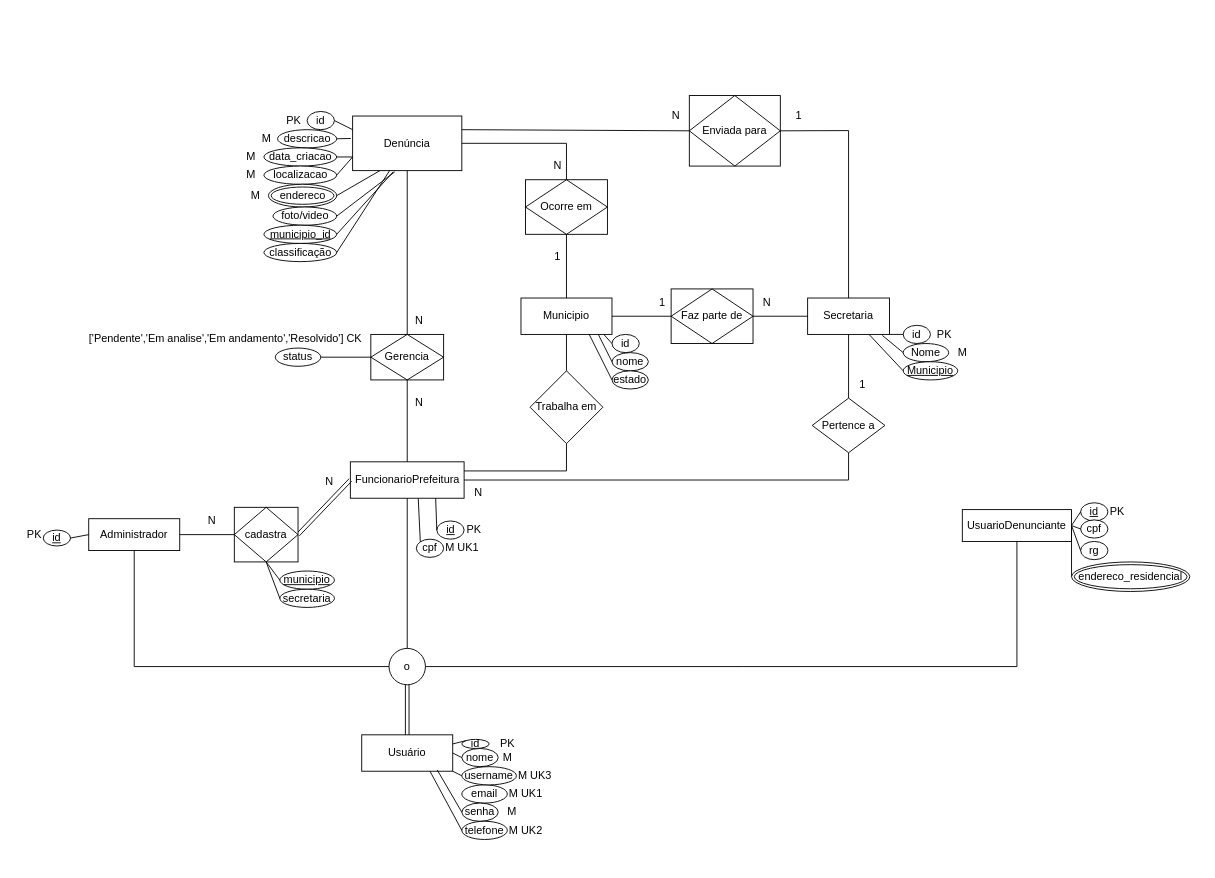
Earlier version of the draw.io diagram FalaCidade.drawio (RRomano00/Fala-Cidade). Source tidied: cells renumbered, new cells numbered last; positions are measured from the earlier drawing's top-left corner, leaving out a move shared by most shapes. Both pictures are drawn from the tidied source at 91%, with x=0, y=0 at pixel (15, 96).
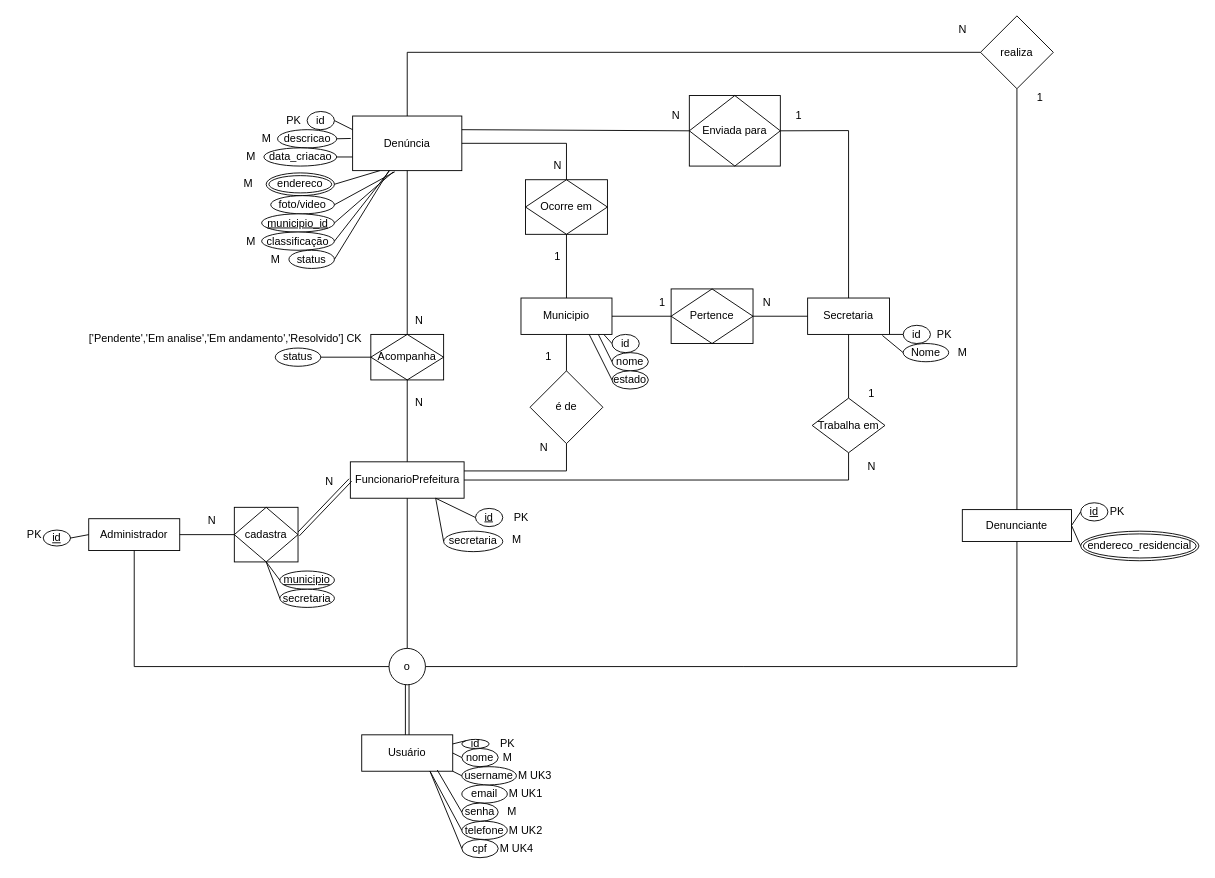
The same diagram, later.

Commit message:
pequenas correções de atributos e relacionamentos

The change refers to these unchanged cells:
```xml
<mxCell id="2" value="Usuário" style="whiteSpace=wrap;html=1;align=center;" parent="1" vertex="1">
  <mxGeometry x="380" y="702" width="100" height="40" as="geometry" />
</mxCell>
<mxCell id="17" value="o" style="ellipse;whiteSpace=wrap;html=1;align=center;" parent="1" vertex="1">
  <mxGeometry x="410" y="607" width="40" height="40" as="geometry" />
</mxCell>
<mxCell id="18" style="shape=link;html=1;rounded=0;exitX=0.5;exitY=0;exitDx=0;exitDy=0;entryX=0.5;entryY=1;entryDx=0;entryDy=0;" parent="1" edge="1" source="2" target="17">
  <mxGeometry relative="1" as="geometry" />
</mxCell>
<mxCell id="28" value="FuncionarioPrefeitura" style="whiteSpace=wrap;html=1;" parent="1" vertex="1">
  <mxGeometry x="367.5" y="402" width="125" height="40" as="geometry" />
</mxCell>
<mxCell id="33" value="&lt;u&gt;id&lt;/u&gt;" style="ellipse;whiteSpace=wrap;html=1;" parent="1" vertex="1">
  <mxGeometry x="1170" y="447" width="30" height="20" as="geometry" />
</mxCell>
<mxCell id="54" value="Denúncia" style="whiteSpace=wrap;html=1;" parent="1" vertex="1">
  <mxGeometry x="370" y="22" width="120" height="60" as="geometry" />
</mxCell>
<mxCell id="56" value="status" style="ellipse;whiteSpace=wrap;html=1;" parent="1" vertex="1">
  <mxGeometry x="285" y="277" width="50" height="20" as="geometry" />
</mxCell>
<mxCell id="63" value="Secretaria" style="whiteSpace=wrap;html=1;" parent="1" vertex="1">
  <mxGeometry x="870" y="222" width="90" height="40" as="geometry" />
</mxCell>
<mxCell id="79" value="Municipio" style="whiteSpace=wrap;html=1;" parent="1" vertex="1">
  <mxGeometry x="555" y="222" width="100" height="40" as="geometry" />
</mxCell>
```

What changed in the source:
```diff
@@
-    <mxCell id="19" style="html=1;whiteSpace=wrap;align=right;verticalAlign=bottom;" parent="18" vertex="1">
-      <mxGeometry x="1" relative="1" as="geometry" />
-    </mxCell>
+    <mxCell id="125" style="html=1;whiteSpace=wrap;align=right;verticalAlign=bottom;" parent="18" vertex="1">
+      <mxGeometry x="1" relative="1" as="geometry" />
+    </mxCell>
@@
-    <mxCell id="30" value="UsuarioDenunciante" style="whiteSpace=wrap;html=1;" parent="1" vertex="1">
-      <mxGeometry x="1040" y="454.5" width="120" height="35" as="geometry" />
-    </mxCell>
-    <mxCell id="31" style="endArrow=none;html=1;rounded=0;exitX=1;exitY=0.5;exitDx=0;exitDy=0;entryX=0.5;entryY=1;entryDx=0;entryDy=0;" parent="1" edge="1" source="17" target="30">
-      <mxGeometry relative="1" as="geometry">
-        <Array as="points">
-          <mxPoint x="800" y="627" />
-          <mxPoint x="1100" y="627" />
-        </Array>
-      </mxGeometry>
-    </mxCell>
+    <mxCell id="126" value="&lt;div&gt;&lt;span style=&quot;background-color: transparent; color: light-dark(rgb(0, 0, 0), rgb(255, 255, 255));&quot;&gt;Denunciante&lt;/span&gt;&lt;/div&gt;" style="whiteSpace=wrap;html=1;" parent="1" vertex="1">
+      <mxGeometry x="1040" y="454.5" width="120" height="35" as="geometry" />
+    </mxCell>
+    <mxCell id="127" style="endArrow=none;html=1;rounded=0;exitX=1;exitY=0.5;exitDx=0;exitDy=0;entryX=0.5;entryY=1;entryDx=0;entryDy=0;" parent="1" edge="1" source="17" target="126">
+      <mxGeometry relative="1" as="geometry">
+        <Array as="points">
+          <mxPoint x="800" y="627" />
+          <mxPoint x="1100" y="627" />
+        </Array>
+      </mxGeometry>
+    </mxCell>
     <mxCell id="32" value="&lt;u&gt;id&lt;/u&gt;" style="ellipse;whiteSpace=wrap;html=1;" parent="1" vertex="1">
-      <mxGeometry x="462.5" y="467" width="30" height="20" as="geometry" />
+      <mxGeometry x="505" y="453.2" width="30" height="20" as="geometry" />
     </mxCell>
@@
-    <mxCell id="34" value="cpf" style="ellipse;whiteSpace=wrap;html=1;" parent="1" vertex="1">
-      <mxGeometry x="440" y="487" width="30" height="20" as="geometry" />
-    </mxCell>
@@
-    <mxCell id="44" style="endArrow=none;html=1;rounded=0;exitX=1;exitY=0.5;exitDx=0;exitDy=0;entryX=0;entryY=0.5;entryDx=0;entryDy=0;" parent="1" edge="1" source="30" target="33">
-      <mxGeometry relative="1" as="geometry" />
-    </mxCell>
+    <mxCell id="128" style="endArrow=none;html=1;rounded=0;exitX=1;exitY=0.5;exitDx=0;exitDy=0;entryX=0;entryY=0.5;entryDx=0;entryDy=0;" parent="1" edge="1" source="126" target="33">
+      <mxGeometry relative="1" as="geometry" />
+    </mxCell>
@@
     <mxCell id="46" value="PK" style="text;html=1;align=center;verticalAlign=middle;strokeColor=none;fillColor=none;" parent="1" vertex="1">
-      <mxGeometry x="482.5" y="462" width="40" height="30" as="geometry" />
+      <mxGeometry x="535" y="448.2" width="40" height="30" as="geometry" />
     </mxCell>
@@
-    <mxCell id="48" value="M UK1" style="text;html=1;align=center;verticalAlign=middle;strokeColor=none;fillColor=none;" parent="1" vertex="1">
-      <mxGeometry x="460" y="482" width="60" height="30" as="geometry" />
-    </mxCell>
-    <mxCell id="49" value="cpf" style="ellipse;whiteSpace=wrap;html=1;" parent="1" vertex="1">
-      <mxGeometry x="1170" y="465.8" width="30" height="20" as="geometry" />
-    </mxCell>
-    <mxCell id="50" value="rg" style="ellipse;whiteSpace=wrap;html=1;" parent="1" vertex="1">
-      <mxGeometry x="1170" y="489.5" width="30" height="20" as="geometry" />
-    </mxCell>
-    <mxCell id="51" style="endArrow=none;html=1;rounded=0;exitX=1;exitY=0.5;exitDx=0;exitDy=0;entryX=0;entryY=0.5;entryDx=0;entryDy=0;" parent="1" edge="1" source="30" target="50">
-      <mxGeometry relative="1" as="geometry" />
-    </mxCell>
-    <mxCell id="52" style="endArrow=none;html=1;rounded=0;exitX=1;exitY=0.5;exitDx=0;exitDy=0;entryX=0;entryY=0.5;entryDx=0;entryDy=0;" parent="1" edge="1" source="30" target="49">
-      <mxGeometry relative="1" as="geometry" />
-    </mxCell>
-    <mxCell id="53" style="endArrow=none;html=1;rounded=0;exitX=1;exitY=0.5;exitDx=0;exitDy=0;entryX=0;entryY=0.5;entryDx=0;entryDy=0;" parent="1" edge="1" source="30" target="96">
-      <mxGeometry relative="1" as="geometry" />
-    </mxCell>
+    <mxCell id="129" style="endArrow=none;html=1;rounded=0;exitX=1;exitY=0.5;exitDx=0;exitDy=0;entryX=0;entryY=0.5;entryDx=0;entryDy=0;" parent="1" edge="1" source="126" target="96">
+      <mxGeometry relative="1" as="geometry" />
+    </mxCell>
@@
-    <mxCell id="55" value="Gerencia" style="shape=associativeEntity;whiteSpace=wrap;html=1;align=center;" parent="1" vertex="1">
-      <mxGeometry x="390" y="262" width="80" height="50" as="geometry" />
-    </mxCell>
+    <mxCell id="130" value="Acompanha" style="shape=associativeEntity;whiteSpace=wrap;html=1;align=center;" parent="1" vertex="1">
+      <mxGeometry x="390" y="262" width="80" height="50" as="geometry" />
+    </mxCell>
@@
-    <mxCell id="58" style="endArrow=none;html=1;rounded=0;entryX=0;entryY=0.5;entryDx=0;entryDy=0;exitX=1;exitY=0.5;exitDx=0;exitDy=0;" parent="1" edge="1" source="56" target="55">
-      <mxGeometry relative="1" as="geometry" />
-    </mxCell>
-    <mxCell id="59" style="endArrow=none;html=1;rounded=0;exitX=0.5;exitY=0;exitDx=0;exitDy=0;entryX=0.5;entryY=1;entryDx=0;entryDy=0;" parent="1" edge="1" source="28" target="55">
-      <mxGeometry relative="1" as="geometry" />
-    </mxCell>
+    <mxCell id="131" style="endArrow=none;html=1;rounded=0;entryX=0;entryY=0.5;entryDx=0;entryDy=0;exitX=1;exitY=0.5;exitDx=0;exitDy=0;" parent="1" edge="1" source="56" target="130">
+      <mxGeometry relative="1" as="geometry" />
+    </mxCell>
+    <mxCell id="132" style="endArrow=none;html=1;rounded=0;exitX=0.5;exitY=0;exitDx=0;exitDy=0;entryX=0.5;entryY=1;entryDx=0;entryDy=0;" parent="1" edge="1" source="28" target="130">
+      <mxGeometry relative="1" as="geometry" />
+    </mxCell>
@@
-    <mxCell id="61" style="endArrow=none;html=1;rounded=0;exitX=0.5;exitY=0;exitDx=0;exitDy=0;entryX=0.5;entryY=1;entryDx=0;entryDy=0;" parent="1" edge="1" source="55" target="54">
-      <mxGeometry relative="1" as="geometry" />
-    </mxCell>
+    <mxCell id="133" style="endArrow=none;html=1;rounded=0;exitX=0.5;exitY=0;exitDx=0;exitDy=0;entryX=0.5;entryY=1;entryDx=0;entryDy=0;" parent="1" edge="1" source="130" target="54">
+      <mxGeometry relative="1" as="geometry" />
+    </mxCell>
@@
-    <mxCell id="64" value="Pertence a" style="rhombus;whiteSpace=wrap;html=1;" parent="1" vertex="1">
-      <mxGeometry x="875" y="332" width="80" height="60" as="geometry" />
-    </mxCell>
-    <mxCell id="65" style="endArrow=none;html=1;rounded=0;exitX=1;exitY=0.5;exitDx=0;exitDy=0;entryX=0.5;entryY=1;entryDx=0;entryDy=0;" parent="1" edge="1" source="28" target="64">
-      <mxGeometry relative="1" as="geometry">
-        <Array as="points">
-          <mxPoint x="915" y="422" />
-        </Array>
-      </mxGeometry>
-    </mxCell>
-    <mxCell id="66" style="endArrow=none;html=1;rounded=0;exitX=0.5;exitY=1;exitDx=0;exitDy=0;entryX=0.5;entryY=0;entryDx=0;entryDy=0;" parent="1" edge="1" source="63" target="64">
-      <mxGeometry relative="1" as="geometry" />
-    </mxCell>
-    <mxCell id="67" value="1" style="text;html=1;align=center;verticalAlign=middle;strokeColor=none;fillColor=none;" parent="1" vertex="1">
-      <mxGeometry x="915" y="302" width="30" height="30" as="geometry" />
-    </mxCell>
-    <mxCell id="68" value="N" style="text;html=1;align=center;verticalAlign=middle;strokeColor=none;fillColor=none;" parent="1" vertex="1">
-      <mxGeometry x="492.5" y="420.8" width="30" height="30" as="geometry" />
-    </mxCell>
-    <mxCell id="69" style="endArrow=none;html=1;rounded=0;exitX=0.597;exitY=1.008;exitDx=0;exitDy=0;entryX=0;entryY=0;entryDx=0;entryDy=0;exitPerimeter=0;" parent="1" edge="1" source="28" target="34">
-      <mxGeometry relative="1" as="geometry" />
-    </mxCell>
+    <mxCell id="78" value="Trabalha em" style="rhombus;whiteSpace=wrap;html=1;" parent="1" vertex="1">
+      <mxGeometry x="875" y="332" width="80" height="60" as="geometry" />
+    </mxCell>
+    <mxCell id="80" style="endArrow=none;html=1;rounded=0;exitX=1;exitY=0.5;exitDx=0;exitDy=0;entryX=0.5;entryY=1;entryDx=0;entryDy=0;" parent="1" edge="1" source="28" target="78">
+      <mxGeometry relative="1" as="geometry">
+        <Array as="points">
+          <mxPoint x="915" y="422" />
+        </Array>
+      </mxGeometry>
+    </mxCell>
+    <mxCell id="134" style="endArrow=none;html=1;rounded=0;exitX=0.5;exitY=1;exitDx=0;exitDy=0;entryX=0.5;entryY=0;entryDx=0;entryDy=0;" parent="1" edge="1" source="63" target="78">
+      <mxGeometry relative="1" as="geometry" />
+    </mxCell>
+    <mxCell id="135" value="1" style="text;html=1;align=center;verticalAlign=middle;strokeColor=none;fillColor=none;" parent="1" vertex="1">
+      <mxGeometry x="925" y="312" width="30" height="30" as="geometry" />
+    </mxCell>
+    <mxCell id="136" value="N" style="text;html=1;align=center;verticalAlign=middle;strokeColor=none;fillColor=none;" parent="1" vertex="1">
+      <mxGeometry x="925" y="392" width="30" height="30" as="geometry" />
+    </mxCell>
@@
-    <mxCell id="74" value="&lt;u&gt;Municipio&lt;/u&gt;" style="ellipse;whiteSpace=wrap;html=1;" parent="1" vertex="1">
-      <mxGeometry x="975" y="292" width="60" height="20" as="geometry" />
-    </mxCell>
-    <mxCell id="75" style="endArrow=none;html=1;rounded=0;exitX=0.75;exitY=1;exitDx=0;exitDy=0;entryX=0;entryY=0.5;entryDx=0;entryDy=0;" parent="1" edge="1" source="63" target="74">
-      <mxGeometry relative="1" as="geometry" />
-    </mxCell>
@@
-    <mxCell id="78" value="Trabalha em" style="rhombus;whiteSpace=wrap;html=1;" parent="1" vertex="1">
-      <mxGeometry x="565" y="302" width="80" height="80" as="geometry" />
-    </mxCell>
+    <mxCell id="137" value="é de" style="rhombus;whiteSpace=wrap;html=1;" parent="1" vertex="1">
+      <mxGeometry x="565" y="302" width="80" height="80" as="geometry" />
+    </mxCell>
@@
-    <mxCell id="80" style="endArrow=none;html=1;rounded=0;exitX=1;exitY=0.25;exitDx=0;exitDy=0;entryX=0.5;entryY=1;entryDx=0;entryDy=0;" parent="1" edge="1" source="28" target="78">
-      <mxGeometry relative="1" as="geometry">
-        <Array as="points">
-          <mxPoint x="605" y="412" />
-        </Array>
-      </mxGeometry>
-    </mxCell>
-    <mxCell id="81" style="endArrow=none;html=1;rounded=0;exitX=0.5;exitY=1;exitDx=0;exitDy=0;entryX=0.5;entryY=0;entryDx=0;entryDy=0;" parent="1" edge="1" source="79" target="78">
-      <mxGeometry relative="1" as="geometry" />
-    </mxCell>
+    <mxCell id="138" style="endArrow=none;html=1;rounded=0;exitX=1;exitY=0.25;exitDx=0;exitDy=0;entryX=0.5;entryY=1;entryDx=0;entryDy=0;" parent="1" edge="1" source="28" target="137">
+      <mxGeometry relative="1" as="geometry">
+        <Array as="points">
+          <mxPoint x="605" y="412" />
+        </Array>
+      </mxGeometry>
+    </mxCell>
+    <mxCell id="139" style="endArrow=none;html=1;rounded=0;exitX=0.5;exitY=1;exitDx=0;exitDy=0;entryX=0.5;entryY=0;entryDx=0;entryDy=0;" parent="1" edge="1" source="79" target="137">
+      <mxGeometry relative="1" as="geometry" />
+    </mxCell>
@@
-    <mxCell id="88" value="Faz parte de" style="shape=associativeEntity;whiteSpace=wrap;html=1;align=center;" parent="1" vertex="1">
-      <mxGeometry x="720" y="212" width="90" height="60" as="geometry" />
-    </mxCell>
-    <mxCell id="89" style="endArrow=none;html=1;rounded=0;exitX=1;exitY=0.5;exitDx=0;exitDy=0;entryX=0;entryY=0.5;entryDx=0;entryDy=0;" parent="1" edge="1" source="79" target="88">
-      <mxGeometry relative="1" as="geometry" />
-    </mxCell>
+    <mxCell id="140" value="Pertence" style="shape=associativeEntity;whiteSpace=wrap;html=1;align=center;" parent="1" vertex="1">
+      <mxGeometry x="720" y="212" width="90" height="60" as="geometry" />
+    </mxCell>
+    <mxCell id="141" style="endArrow=none;html=1;rounded=0;exitX=1;exitY=0.5;exitDx=0;exitDy=0;entryX=0;entryY=0.5;entryDx=0;entryDy=0;" parent="1" edge="1" source="79" target="140">
+      <mxGeometry relative="1" as="geometry" />
+    </mxCell>
@@
     <mxCell id="96" value="endereco_residencial" style="ellipse;shape=doubleEllipse;margin=3;whiteSpace=wrap;html=1;align=center;" parent="1" vertex="1">
-      <mxGeometry x="1160" y="512" width="130" height="32.5" as="geometry" />
+      <mxGeometry x="1170" y="478.2" width="130" height="32.5" as="geometry" />
     </mxCell>
@@
-    <mxCell id="104" value="localizacao" style="ellipse;whiteSpace=wrap;html=1;" parent="1" vertex="1">
-      <mxGeometry x="272.5" y="77" width="80" height="20" as="geometry" />
-    </mxCell>
-    <mxCell id="105" value="M" style="text;html=1;align=center;verticalAlign=middle;strokeColor=none;fillColor=none;" parent="1" vertex="1">
-      <mxGeometry x="242.5" y="72" width="30" height="30" as="geometry" />
-    </mxCell>
     <mxCell id="106" value="endereco" style="ellipse;shape=doubleEllipse;margin=3;whiteSpace=wrap;html=1;align=center;" parent="1" vertex="1">
-      <mxGeometry x="277.5" y="97" width="75" height="25" as="geometry" />
+      <mxGeometry x="275" y="84.5" width="75" height="25" as="geometry" />
     </mxCell>
     <mxCell id="107" value="foto/video" style="ellipse;whiteSpace=wrap;html=1;" parent="1" vertex="1">
-      <mxGeometry x="282.5" y="122" width="70" height="20" as="geometry" />
+      <mxGeometry x="280" y="109.5" width="70" height="20" as="geometry" />
     </mxCell>
-    <mxCell id="108" value="M" style="text;html=1;align=center;verticalAlign=middle;strokeColor=none;fillColor=none;" parent="1" vertex="1">
-      <mxGeometry x="247.5" y="94.5" width="30" height="30" as="geometry" />
-    </mxCell>
+    <mxCell id="142" value="M" style="text;html=1;align=center;verticalAlign=middle;strokeColor=none;fillColor=none;" parent="1" vertex="1">
+      <mxGeometry x="240" y="82" width="30" height="30" as="geometry" />
+    </mxCell>
     <mxCell id="109" value="&lt;u&gt;municipio_id&lt;/u&gt;" style="ellipse;whiteSpace=wrap;html=1;" parent="1" vertex="1">
-      <mxGeometry x="272.5" y="142" width="80" height="20" as="geometry" />
+      <mxGeometry x="270" y="129.5" width="80" height="20" as="geometry" />
     </mxCell>
@@
-    <mxCell id="112" style="endArrow=none;html=1;rounded=0;exitX=1;exitY=0.5;exitDx=0;exitDy=0;entryX=0;entryY=0.75;entryDx=0;entryDy=0;" parent="1" edge="1" source="104" target="54">
-      <mxGeometry relative="1" as="geometry" />
-    </mxCell>
@@
-    <mxCell id="117" style="endArrow=none;html=1;rounded=0;exitX=1;exitY=0.5;exitDx=0;exitDy=0;entryX=0;entryY=0.5;entryDx=0;entryDy=0;" parent="1" edge="1" source="88" target="63">
-      <mxGeometry relative="1" as="geometry" />
-    </mxCell>
+    <mxCell id="143" style="endArrow=none;html=1;rounded=0;exitX=1;exitY=0.5;exitDx=0;exitDy=0;entryX=0;entryY=0.5;entryDx=0;entryDy=0;" parent="1" edge="1" source="140" target="63">
+      <mxGeometry relative="1" as="geometry" />
+    </mxCell>
@@
     <mxCell id="123" value="classificação" style="ellipse;whiteSpace=wrap;html=1;" parent="1" vertex="1">
-      <mxGeometry x="272.5" y="162" width="80" height="20" as="geometry" />
+      <mxGeometry x="270" y="149.5" width="80" height="20" as="geometry" />
     </mxCell>
@@
+    <mxCell id="144" value="secretaria" style="ellipse;whiteSpace=wrap;html=1;" parent="1" vertex="1">
+      <mxGeometry x="470" y="478.2" width="65" height="22.5" as="geometry" />
+    </mxCell>
+    <mxCell id="145" style="endArrow=none;html=1;rounded=0;exitX=0.75;exitY=1;exitDx=0;exitDy=0;entryX=0;entryY=0.5;entryDx=0;entryDy=0;" parent="1" edge="1" source="28" target="144">
+      <mxGeometry relative="1" as="geometry" />
+    </mxCell>
+    <mxCell id="146" value="M" style="text;html=1;align=center;verticalAlign=middle;strokeColor=none;fillColor=none;" parent="1" vertex="1">
+      <mxGeometry x="535" y="473.2" width="30" height="30" as="geometry" />
+    </mxCell>
+    <mxCell id="147" value="cpf" style="ellipse;whiteSpace=wrap;html=1;" parent="1" vertex="1">
+      <mxGeometry x="490" y="817" width="40" height="20" as="geometry" />
+    </mxCell>
+    <mxCell id="148" style="endArrow=none;html=1;rounded=0;exitX=0.75;exitY=1;exitDx=0;exitDy=0;entryX=0;entryY=0.5;entryDx=0;entryDy=0;" parent="1" edge="1" source="2" target="147">
+      <mxGeometry relative="1" as="geometry" />
+    </mxCell>
+    <mxCell id="149" value="M UK4" style="text;html=1;align=center;verticalAlign=middle;strokeColor=none;fillColor=none;" parent="1" vertex="1">
+      <mxGeometry x="520" y="812" width="60" height="30" as="geometry" />
+    </mxCell>
+    <mxCell id="150" value="status" style="ellipse;whiteSpace=wrap;html=1;" parent="1" vertex="1">
+      <mxGeometry x="300" y="169.5" width="50" height="20" as="geometry" />
+    </mxCell>
+    <mxCell id="151" style="endArrow=none;html=1;rounded=0;exitX=1;exitY=0.5;exitDx=0;exitDy=0;" parent="1" edge="1" source="150">
+      <mxGeometry relative="1" as="geometry">
+        <mxPoint x="410" y="82" as="targetPoint" />
+      </mxGeometry>
+    </mxCell>
+    <mxCell id="152" value="M" style="text;html=1;align=center;verticalAlign=middle;strokeColor=none;fillColor=none;" parent="1" vertex="1">
+      <mxGeometry x="270" y="164.5" width="30" height="30" as="geometry" />
+    </mxCell>
+    <mxCell id="153" value="M" style="text;html=1;align=center;verticalAlign=middle;strokeColor=none;fillColor=none;" parent="1" vertex="1">
+      <mxGeometry x="242.5" y="144.5" width="30" height="30" as="geometry" />
+    </mxCell>
+    <mxCell id="154" value="realiza" style="rhombus;whiteSpace=wrap;html=1;" parent="1" vertex="1">
+      <mxGeometry x="1060" y="-88" width="80" height="80" as="geometry" />
+    </mxCell>
+    <mxCell id="155" style="endArrow=none;html=1;rounded=0;exitX=0.5;exitY=0;exitDx=0;exitDy=0;entryX=0;entryY=0.5;entryDx=0;entryDy=0;" parent="1" edge="1" source="54" target="154">
+      <mxGeometry relative="1" as="geometry">
+        <Array as="points">
+          <mxPoint x="430" y="-48" />
+        </Array>
+      </mxGeometry>
+    </mxCell>
+    <mxCell id="156" style="endArrow=none;html=1;rounded=0;exitX=0.5;exitY=0;exitDx=0;exitDy=0;entryX=0.5;entryY=1;entryDx=0;entryDy=0;" parent="1" edge="1" source="126" target="154">
+      <mxGeometry relative="1" as="geometry" />
+    </mxCell>
+    <mxCell id="157" value="N" style="text;html=1;align=center;verticalAlign=middle;strokeColor=none;fillColor=none;" parent="1" vertex="1">
+      <mxGeometry x="1025" y="-88" width="30" height="30" as="geometry" />
+    </mxCell>
+    <mxCell id="158" value="1" style="text;html=1;align=center;verticalAlign=middle;strokeColor=none;fillColor=none;" parent="1" vertex="1">
+      <mxGeometry x="1110" y="-13" width="30" height="30" as="geometry" />
+    </mxCell>
+    <mxCell id="159" value="1" style="text;html=1;align=center;verticalAlign=middle;strokeColor=none;fillColor=none;" parent="1" vertex="1">
+      <mxGeometry x="570" y="272" width="30" height="30" as="geometry" />
+    </mxCell>
+    <mxCell id="160" value="N" style="text;html=1;align=center;verticalAlign=middle;strokeColor=none;fillColor=none;" parent="1" vertex="1">
+      <mxGeometry x="565" y="372" width="30" height="30" as="geometry" />
+    </mxCell>
```
